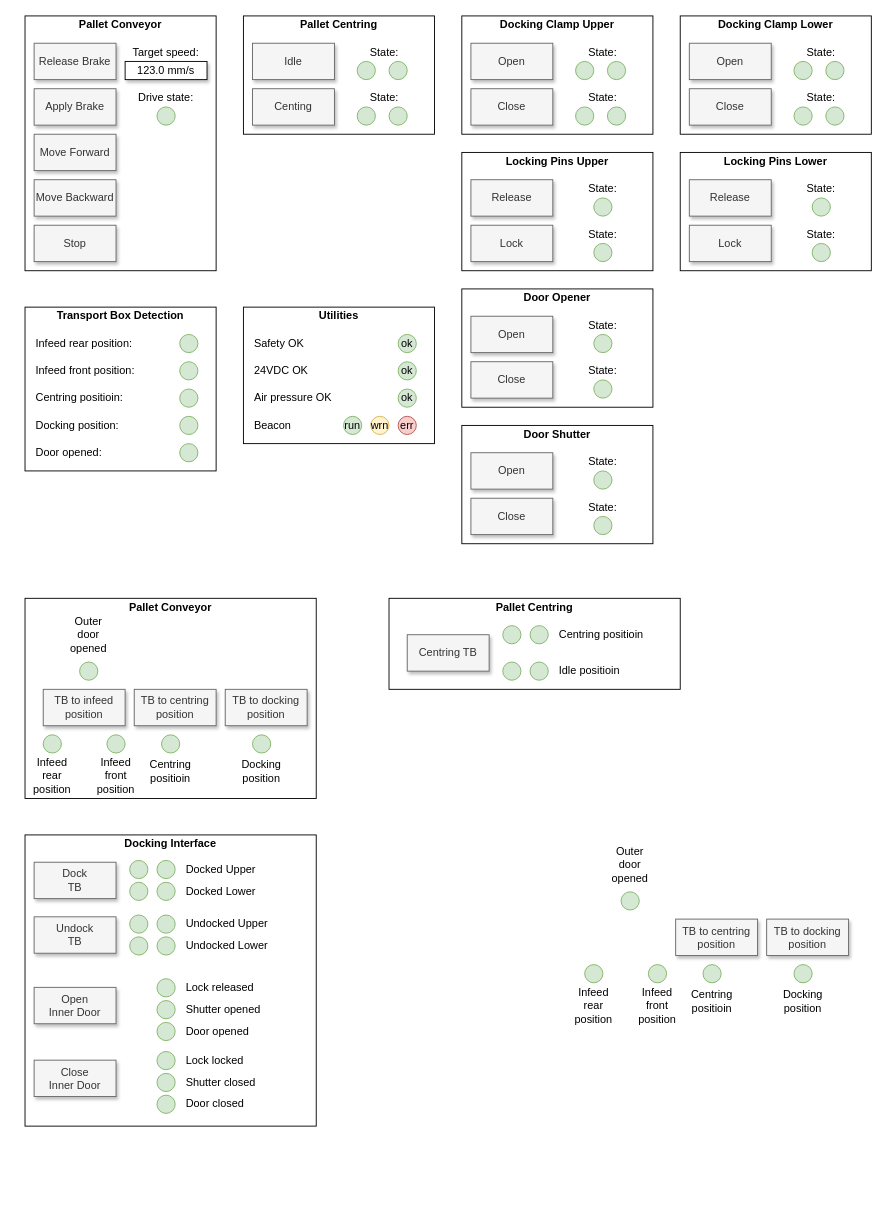
Before: page "HMI maual control" (1 of 2) of Documentation/DDR plaatjes HMI.drawio in KMWE/KMWE_CleanroomConnect, a draw.io diagram. Source tidied: cells renumbered, new cells numbered last; positions are measured from the earlier drawing's top-left corner, leaving out a move shared by most shapes. Both pictures are drawn from the tidied source at 91%, with x=0, y=0 at pixel (15, 15).
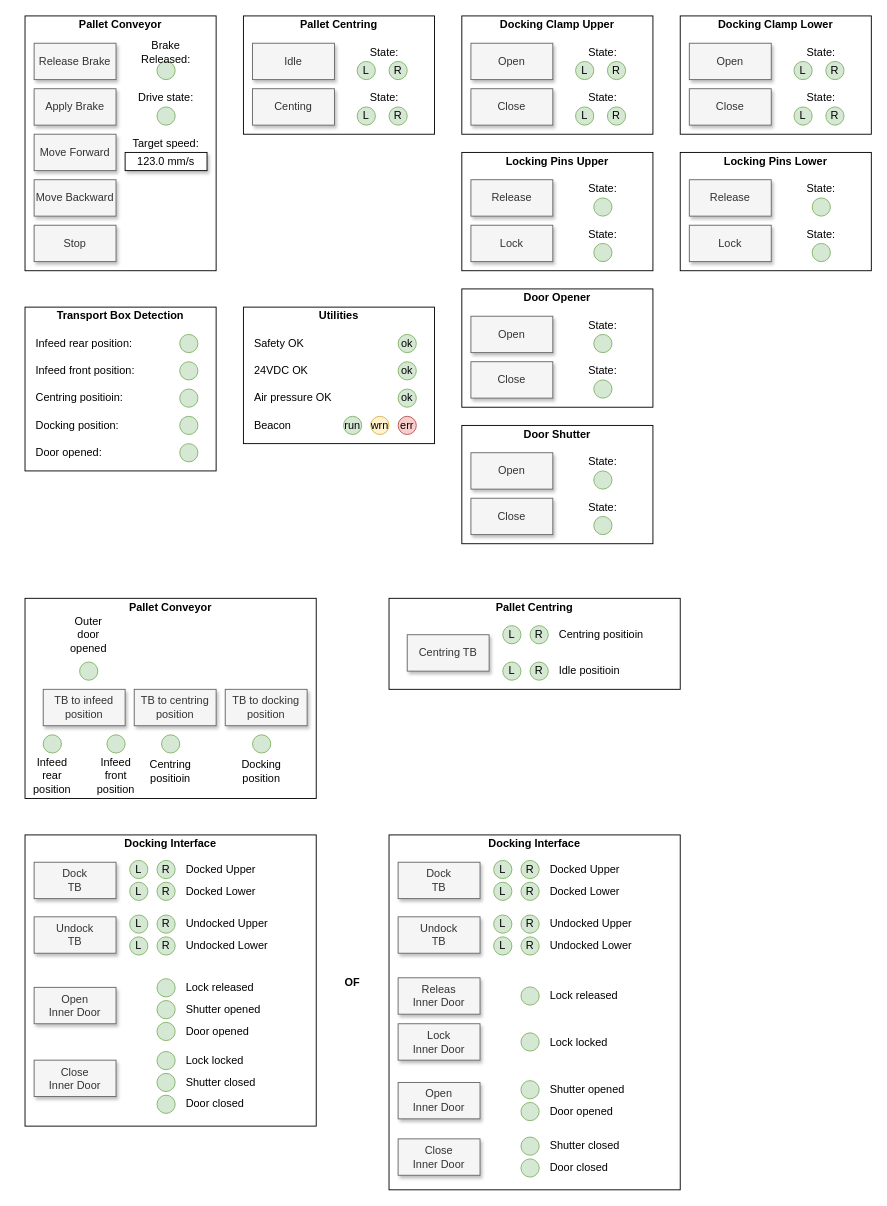
The same diagram, later.

What changed in the source:
```diff
@@
     <mxCell id="7" value="123.0 mm/s" style="rounded=0;whiteSpace=wrap;html=1;shadow=1;" parent="1" vertex="1">
-      <mxGeometry x="120" y="50" width="90" height="20" as="geometry" />
+      <mxGeometry x="120" y="150" width="90" height="20" as="geometry" />
     </mxCell>
@@
     <mxCell id="10" value="Target speed:" style="text;html=1;align=center;verticalAlign=middle;whiteSpace=wrap;rounded=0;fontStyle=0;" parent="1" vertex="1">
-      <mxGeometry x="120" y="30" width="90" height="20" as="geometry" />
+      <mxGeometry x="120" y="130" width="90" height="20" as="geometry" />
     </mxCell>
@@
-    <mxCell id="28" style="ellipse;whiteSpace=wrap;html=1;fillColor=#d5e8d4;strokeColor=#82b366;" parent="1" vertex="1">
+    <mxCell id="28" value="L" style="ellipse;whiteSpace=wrap;html=1;fillColor=#d5e8d4;strokeColor=#82b366;" parent="1" vertex="1">
       <mxGeometry x="375" y="50" width="20" height="20" as="geometry" />
     </mxCell>
@@
-    <mxCell id="30" style="ellipse;whiteSpace=wrap;html=1;fillColor=#d5e8d4;strokeColor=#82b366;" parent="1" vertex="1">
+    <mxCell id="30" value="R" style="ellipse;whiteSpace=wrap;html=1;fillColor=#d5e8d4;strokeColor=#82b366;" parent="1" vertex="1">
       <mxGeometry x="410" y="50" width="20" height="20" as="geometry" />
     </mxCell>
-    <mxCell id="31" style="ellipse;whiteSpace=wrap;html=1;fillColor=#d5e8d4;strokeColor=#82b366;" parent="1" vertex="1">
+    <mxCell id="31" value="L" style="ellipse;whiteSpace=wrap;html=1;fillColor=#d5e8d4;strokeColor=#82b366;" parent="1" vertex="1">
       <mxGeometry x="375" y="100" width="20" height="20" as="geometry" />
     </mxCell>
@@
-    <mxCell id="33" style="ellipse;whiteSpace=wrap;html=1;fillColor=#d5e8d4;strokeColor=#82b366;" parent="1" vertex="1">
+    <mxCell id="33" value="R" style="ellipse;whiteSpace=wrap;html=1;fillColor=#d5e8d4;strokeColor=#82b366;" parent="1" vertex="1">
       <mxGeometry x="410" y="100" width="20" height="20" as="geometry" />
     </mxCell>
@@
-    <mxCell id="38" style="ellipse;whiteSpace=wrap;html=1;fillColor=#d5e8d4;strokeColor=#82b366;" parent="1" vertex="1">
+    <mxCell id="38" value="L" style="ellipse;whiteSpace=wrap;html=1;fillColor=#d5e8d4;strokeColor=#82b366;" parent="1" vertex="1">
       <mxGeometry x="615" y="50" width="20" height="20" as="geometry" />
     </mxCell>
@@
-    <mxCell id="40" style="ellipse;whiteSpace=wrap;html=1;fillColor=#d5e8d4;strokeColor=#82b366;" parent="1" vertex="1">
+    <mxCell id="40" value="R" style="ellipse;whiteSpace=wrap;html=1;fillColor=#d5e8d4;strokeColor=#82b366;" parent="1" vertex="1">
       <mxGeometry x="650" y="50" width="20" height="20" as="geometry" />
     </mxCell>
-    <mxCell id="41" style="ellipse;whiteSpace=wrap;html=1;fillColor=#d5e8d4;strokeColor=#82b366;" parent="1" vertex="1">
+    <mxCell id="41" value="L" style="ellipse;whiteSpace=wrap;html=1;fillColor=#d5e8d4;strokeColor=#82b366;" parent="1" vertex="1">
       <mxGeometry x="615" y="100" width="20" height="20" as="geometry" />
     </mxCell>
@@
-    <mxCell id="43" style="ellipse;whiteSpace=wrap;html=1;fillColor=#d5e8d4;strokeColor=#82b366;" parent="1" vertex="1">
+    <mxCell id="43" value="R" style="ellipse;whiteSpace=wrap;html=1;fillColor=#d5e8d4;strokeColor=#82b366;" parent="1" vertex="1">
       <mxGeometry x="650" y="100" width="20" height="20" as="geometry" />
     </mxCell>
@@
-    <mxCell id="72" style="ellipse;whiteSpace=wrap;html=1;fillColor=#d5e8d4;strokeColor=#82b366;" parent="1" vertex="1">
+    <mxCell id="72" value="L" style="ellipse;whiteSpace=wrap;html=1;fillColor=#d5e8d4;strokeColor=#82b366;" parent="1" vertex="1">
       <mxGeometry x="855" y="50" width="20" height="20" as="geometry" />
     </mxCell>
@@
-    <mxCell id="74" style="ellipse;whiteSpace=wrap;html=1;fillColor=#d5e8d4;strokeColor=#82b366;" parent="1" vertex="1">
+    <mxCell id="74" value="R" style="ellipse;whiteSpace=wrap;html=1;fillColor=#d5e8d4;strokeColor=#82b366;" parent="1" vertex="1">
       <mxGeometry x="890" y="50" width="20" height="20" as="geometry" />
     </mxCell>
-    <mxCell id="75" style="ellipse;whiteSpace=wrap;html=1;fillColor=#d5e8d4;strokeColor=#82b366;" parent="1" vertex="1">
+    <mxCell id="75" value="L" style="ellipse;whiteSpace=wrap;html=1;fillColor=#d5e8d4;strokeColor=#82b366;" parent="1" vertex="1">
       <mxGeometry x="855" y="100" width="20" height="20" as="geometry" />
     </mxCell>
@@
-    <mxCell id="77" style="ellipse;whiteSpace=wrap;html=1;fillColor=#d5e8d4;strokeColor=#82b366;" parent="1" vertex="1">
+    <mxCell id="77" value="R" style="ellipse;whiteSpace=wrap;html=1;fillColor=#d5e8d4;strokeColor=#82b366;" parent="1" vertex="1">
       <mxGeometry x="890" y="100" width="20" height="20" as="geometry" />
     </mxCell>
@@
-    <mxCell id="104" style="ellipse;whiteSpace=wrap;html=1;fillColor=#d5e8d4;strokeColor=#82b366;" parent="1" vertex="1">
+    <mxCell id="104" value="R" style="ellipse;whiteSpace=wrap;html=1;fillColor=#d5e8d4;strokeColor=#82b366;" parent="1" vertex="1">
       <mxGeometry x="565" y="670" width="20" height="20" as="geometry" />
     </mxCell>
-    <mxCell id="105" style="ellipse;whiteSpace=wrap;html=1;fillColor=#d5e8d4;strokeColor=#82b366;" parent="1" vertex="1">
+    <mxCell id="105" value="R" style="ellipse;whiteSpace=wrap;html=1;fillColor=#d5e8d4;strokeColor=#82b366;" parent="1" vertex="1">
       <mxGeometry x="565" y="710" width="20" height="20" as="geometry" />
     </mxCell>
@@
-    <mxCell id="108" style="ellipse;whiteSpace=wrap;html=1;fillColor=#d5e8d4;strokeColor=#82b366;" parent="1" vertex="1">
+    <mxCell id="108" value="L" style="ellipse;whiteSpace=wrap;html=1;fillColor=#d5e8d4;strokeColor=#82b366;" parent="1" vertex="1">
       <mxGeometry x="535" y="670" width="20" height="20" as="geometry" />
     </mxCell>
-    <mxCell id="109" style="ellipse;whiteSpace=wrap;html=1;fillColor=#d5e8d4;strokeColor=#82b366;" parent="1" vertex="1">
+    <mxCell id="109" value="L" style="ellipse;whiteSpace=wrap;html=1;fillColor=#d5e8d4;strokeColor=#82b366;" parent="1" vertex="1">
       <mxGeometry x="535" y="710" width="20" height="20" as="geometry" />
     </mxCell>
@@
-    <mxCell id="111" value="TB to centring position" style="rounded=0;whiteSpace=wrap;html=1;shadow=1;fillColor=#f5f5f5;fontColor=#333333;strokeColor=#666666;" parent="1" vertex="1">
-      <mxGeometry x="725" y="992.5" width="90" height="40" as="geometry" />
-    </mxCell>
-    <mxCell id="112" value="TB to docking position" style="rounded=0;whiteSpace=wrap;html=1;shadow=1;fillColor=#f5f5f5;fontColor=#333333;strokeColor=#666666;" parent="1" vertex="1">
-      <mxGeometry x="825" y="992.5" width="90" height="40" as="geometry" />
-    </mxCell>
@@
-    <mxCell id="115" style="ellipse;whiteSpace=wrap;html=1;fillColor=#d5e8d4;strokeColor=#82b366;" parent="1" vertex="1">
-      <mxGeometry x="625" y="1042.5" width="20" height="20" as="geometry" />
-    </mxCell>
-    <mxCell id="116" style="ellipse;whiteSpace=wrap;html=1;fillColor=#d5e8d4;strokeColor=#82b366;" parent="1" vertex="1">
-      <mxGeometry x="695" y="1042.5" width="20" height="20" as="geometry" />
-    </mxCell>
-    <mxCell id="117" style="ellipse;whiteSpace=wrap;html=1;fillColor=#d5e8d4;strokeColor=#82b366;" parent="1" vertex="1">
-      <mxGeometry x="755" y="1042.5" width="20" height="20" as="geometry" />
-    </mxCell>
-    <mxCell id="118" style="ellipse;whiteSpace=wrap;html=1;fillColor=#d5e8d4;strokeColor=#82b366;" parent="1" vertex="1">
-      <mxGeometry x="855" y="1042.5" width="20" height="20" as="geometry" />
-    </mxCell>
-    <mxCell id="119" style="ellipse;whiteSpace=wrap;html=1;fillColor=#d5e8d4;strokeColor=#82b366;" parent="1" vertex="1">
-      <mxGeometry x="665" y="962.5" width="20" height="20" as="geometry" />
-    </mxCell>
-    <mxCell id="120" value="Outer&lt;div&gt;door&lt;/div&gt;&lt;div&gt;opened&lt;/div&gt;" style="text;html=1;align=center;verticalAlign=middle;whiteSpace=wrap;rounded=0;fontStyle=0;" parent="1" vertex="1">
-      <mxGeometry x="635" y="912.5" width="80" height="40" as="geometry" />
-    </mxCell>
-    <mxCell id="121" value="Docking&lt;div&gt;position&lt;/div&gt;" style="text;html=1;align=center;verticalAlign=middle;whiteSpace=wrap;rounded=0;fontStyle=0;fillColor=none;" parent="1" vertex="1">
-      <mxGeometry x="820" y="1062.5" width="90" height="40" as="geometry" />
-    </mxCell>
-    <mxCell id="122" value="Centring&lt;div&gt;positioin&lt;/div&gt;" style="text;html=1;align=center;verticalAlign=middle;whiteSpace=wrap;rounded=0;fontStyle=0;fillColor=none;" parent="1" vertex="1">
-      <mxGeometry x="725" y="1062.5" width="80" height="40" as="geometry" />
-    </mxCell>
-    <mxCell id="123" value="Infeed&lt;div&gt;front&lt;div&gt;position&lt;/div&gt;&lt;/div&gt;" style="text;html=1;align=center;verticalAlign=middle;whiteSpace=wrap;rounded=0;fontStyle=0;fillColor=none;" parent="1" vertex="1">
-      <mxGeometry x="660" y="1067.5" width="90" height="40" as="geometry" />
-    </mxCell>
-    <mxCell id="124" value="Infeed&lt;div&gt;rear&lt;/div&gt;&lt;div&gt;position&lt;/div&gt;" style="text;html=1;align=center;verticalAlign=middle;whiteSpace=wrap;rounded=0;fontStyle=0;fillColor=none;" parent="1" vertex="1">
-      <mxGeometry x="595" y="1067.5" width="80" height="40" as="geometry" />
-    </mxCell>
@@
-    <mxCell id="127" style="ellipse;whiteSpace=wrap;html=1;fillColor=#d5e8d4;strokeColor=#82b366;" parent="1" vertex="1">
+    <mxCell id="127" value="R" style="ellipse;whiteSpace=wrap;html=1;fillColor=#d5e8d4;strokeColor=#82b366;" parent="1" vertex="1">
       <mxGeometry x="155" y="952" width="20" height="20" as="geometry" />
     </mxCell>
@@
-    <mxCell id="129" style="ellipse;whiteSpace=wrap;html=1;fillColor=#d5e8d4;strokeColor=#82b366;" parent="1" vertex="1">
+    <mxCell id="129" value="L" style="ellipse;whiteSpace=wrap;html=1;fillColor=#d5e8d4;strokeColor=#82b366;" parent="1" vertex="1">
       <mxGeometry x="125" y="928" width="20" height="20" as="geometry" />
     </mxCell>
-    <mxCell id="130" style="ellipse;whiteSpace=wrap;html=1;fillColor=#d5e8d4;strokeColor=#82b366;" parent="1" vertex="1">
+    <mxCell id="130" value="R" style="ellipse;whiteSpace=wrap;html=1;fillColor=#d5e8d4;strokeColor=#82b366;" parent="1" vertex="1">
       <mxGeometry x="155" y="928" width="20" height="20" as="geometry" />
     </mxCell>
-    <mxCell id="131" style="ellipse;whiteSpace=wrap;html=1;fillColor=#d5e8d4;strokeColor=#82b366;" parent="1" vertex="1">
+    <mxCell id="131" value="L" style="ellipse;whiteSpace=wrap;html=1;fillColor=#d5e8d4;strokeColor=#82b366;" parent="1" vertex="1">
       <mxGeometry x="125" y="952" width="20" height="20" as="geometry" />
     </mxCell>
@@
-    <mxCell id="133" style="ellipse;whiteSpace=wrap;html=1;fillColor=#d5e8d4;strokeColor=#82b366;" parent="1" vertex="1">
+    <mxCell id="133" value="R" style="ellipse;whiteSpace=wrap;html=1;fillColor=#d5e8d4;strokeColor=#82b366;" parent="1" vertex="1">
       <mxGeometry x="155" y="1012" width="20" height="20" as="geometry" />
     </mxCell>
@@
-    <mxCell id="135" style="ellipse;whiteSpace=wrap;html=1;fillColor=#d5e8d4;strokeColor=#82b366;" parent="1" vertex="1">
+    <mxCell id="135" value="L" style="ellipse;whiteSpace=wrap;html=1;fillColor=#d5e8d4;strokeColor=#82b366;" parent="1" vertex="1">
       <mxGeometry x="125" y="988" width="20" height="20" as="geometry" />
     </mxCell>
-    <mxCell id="136" style="ellipse;whiteSpace=wrap;html=1;fillColor=#d5e8d4;strokeColor=#82b366;" parent="1" vertex="1">
+    <mxCell id="136" value="R" style="ellipse;whiteSpace=wrap;html=1;fillColor=#d5e8d4;strokeColor=#82b366;" parent="1" vertex="1">
       <mxGeometry x="155" y="988" width="20" height="20" as="geometry" />
     </mxCell>
-    <mxCell id="137" style="ellipse;whiteSpace=wrap;html=1;fillColor=#d5e8d4;strokeColor=#82b366;" parent="1" vertex="1">
+    <mxCell id="137" value="L" style="ellipse;whiteSpace=wrap;html=1;fillColor=#d5e8d4;strokeColor=#82b366;" parent="1" vertex="1">
       <mxGeometry x="125" y="1012" width="20" height="20" as="geometry" />
     </mxCell>
@@
+    <mxCell id="165" style="rounded=0;whiteSpace=wrap;html=1;" parent="1" vertex="1">
+      <mxGeometry x="410" y="900" width="320" height="390" as="geometry" />
+    </mxCell>
+    <mxCell id="166" value="Docking Interface" style="text;html=1;align=center;verticalAlign=middle;whiteSpace=wrap;rounded=0;fontStyle=1;" parent="1" vertex="1">
+      <mxGeometry x="410" y="900" width="320" height="20" as="geometry" />
+    </mxCell>
+    <mxCell id="167" value="Dock&lt;div&gt;TB&lt;/div&gt;" style="rounded=0;whiteSpace=wrap;html=1;shadow=1;fillColor=#f5f5f5;fontColor=#333333;strokeColor=#666666;" parent="1" vertex="1">
+      <mxGeometry x="420" y="930" width="90" height="40" as="geometry" />
+    </mxCell>
+    <mxCell id="168" value="Undock&lt;div&gt;TB&lt;/div&gt;" style="rounded=0;whiteSpace=wrap;html=1;shadow=1;fillColor=#f5f5f5;fontColor=#333333;strokeColor=#666666;" parent="1" vertex="1">
+      <mxGeometry x="420" y="990" width="90" height="40" as="geometry" />
+    </mxCell>
+    <mxCell id="169" value="&lt;div&gt;Releas&lt;/div&gt;&lt;div&gt;Inner Door&lt;/div&gt;" style="rounded=0;whiteSpace=wrap;html=1;shadow=1;fillColor=#f5f5f5;fontColor=#333333;strokeColor=#666666;" parent="1" vertex="1">
+      <mxGeometry x="420" y="1057" width="90" height="40" as="geometry" />
+    </mxCell>
+    <mxCell id="170" value="R" style="ellipse;whiteSpace=wrap;html=1;fillColor=#d5e8d4;strokeColor=#82b366;" parent="1" vertex="1">
+      <mxGeometry x="555" y="952" width="20" height="20" as="geometry" />
+    </mxCell>
+    <mxCell id="171" value="Docked Upper" style="text;html=1;align=left;verticalAlign=middle;whiteSpace=wrap;rounded=0;fontStyle=0;fillColor=none;" parent="1" vertex="1">
+      <mxGeometry x="585" y="928" width="115" height="20" as="geometry" />
+    </mxCell>
+    <mxCell id="172" value="L" style="ellipse;whiteSpace=wrap;html=1;fillColor=#d5e8d4;strokeColor=#82b366;" parent="1" vertex="1">
+      <mxGeometry x="525" y="928" width="20" height="20" as="geometry" />
+    </mxCell>
+    <mxCell id="173" value="R" style="ellipse;whiteSpace=wrap;html=1;fillColor=#d5e8d4;strokeColor=#82b366;" parent="1" vertex="1">
+      <mxGeometry x="555" y="928" width="20" height="20" as="geometry" />
+    </mxCell>
+    <mxCell id="174" value="L" style="ellipse;whiteSpace=wrap;html=1;fillColor=#d5e8d4;strokeColor=#82b366;" parent="1" vertex="1">
+      <mxGeometry x="525" y="952" width="20" height="20" as="geometry" />
+    </mxCell>
+    <mxCell id="175" value="Docked Lower" style="text;html=1;align=left;verticalAlign=middle;whiteSpace=wrap;rounded=0;fontStyle=0;fillColor=none;" parent="1" vertex="1">
+      <mxGeometry x="585" y="952" width="115" height="20" as="geometry" />
+    </mxCell>
+    <mxCell id="176" value="R" style="ellipse;whiteSpace=wrap;html=1;fillColor=#d5e8d4;strokeColor=#82b366;" parent="1" vertex="1">
+      <mxGeometry x="555" y="1012" width="20" height="20" as="geometry" />
+    </mxCell>
+    <mxCell id="177" value="Undocked Upper" style="text;html=1;align=left;verticalAlign=middle;whiteSpace=wrap;rounded=0;fontStyle=0;fillColor=none;" parent="1" vertex="1">
+      <mxGeometry x="585" y="988" width="115" height="20" as="geometry" />
+    </mxCell>
+    <mxCell id="178" value="L" style="ellipse;whiteSpace=wrap;html=1;fillColor=#d5e8d4;strokeColor=#82b366;" parent="1" vertex="1">
+      <mxGeometry x="525" y="988" width="20" height="20" as="geometry" />
+    </mxCell>
+    <mxCell id="179" value="R" style="ellipse;whiteSpace=wrap;html=1;fillColor=#d5e8d4;strokeColor=#82b366;" parent="1" vertex="1">
+      <mxGeometry x="555" y="988" width="20" height="20" as="geometry" />
+    </mxCell>
+    <mxCell id="180" value="L" style="ellipse;whiteSpace=wrap;html=1;fillColor=#d5e8d4;strokeColor=#82b366;" parent="1" vertex="1">
+      <mxGeometry x="525" y="1012" width="20" height="20" as="geometry" />
+    </mxCell>
+    <mxCell id="181" value="Undocked Lower" style="text;html=1;align=left;verticalAlign=middle;whiteSpace=wrap;rounded=0;fontStyle=0;fillColor=none;" parent="1" vertex="1">
+      <mxGeometry x="585" y="1012" width="115" height="20" as="geometry" />
+    </mxCell>
+    <mxCell id="182" value="Lock released" style="text;html=1;align=left;verticalAlign=middle;whiteSpace=wrap;rounded=0;fontStyle=0;fillColor=none;" parent="1" vertex="1">
+      <mxGeometry x="585" y="1067" width="115" height="20" as="geometry" />
+    </mxCell>
+    <mxCell id="183" style="ellipse;whiteSpace=wrap;html=1;fillColor=#d5e8d4;strokeColor=#82b366;" parent="1" vertex="1">
+      <mxGeometry x="555" y="1067" width="20" height="20" as="geometry" />
+    </mxCell>
+    <mxCell id="184" value="Lock&lt;div&gt;Inner Door&lt;/div&gt;" style="rounded=0;whiteSpace=wrap;html=1;shadow=1;fillColor=#f5f5f5;fontColor=#333333;strokeColor=#666666;" parent="1" vertex="1">
+      <mxGeometry x="420" y="1107.5" width="90" height="40" as="geometry" />
+    </mxCell>
+    <mxCell id="185" value="Lock locked" style="text;html=1;align=left;verticalAlign=middle;whiteSpace=wrap;rounded=0;fontStyle=0;fillColor=none;" parent="1" vertex="1">
+      <mxGeometry x="585" y="1117.5" width="115" height="20" as="geometry" />
+    </mxCell>
+    <mxCell id="186" style="ellipse;whiteSpace=wrap;html=1;fillColor=#d5e8d4;strokeColor=#82b366;" parent="1" vertex="1">
+      <mxGeometry x="555" y="1117.5" width="20" height="20" as="geometry" />
+    </mxCell>
+    <mxCell id="187" value="Open&lt;div&gt;Inner Door&lt;/div&gt;" style="rounded=0;whiteSpace=wrap;html=1;shadow=1;fillColor=#f5f5f5;fontColor=#333333;strokeColor=#666666;" parent="1" vertex="1">
+      <mxGeometry x="420" y="1172" width="90" height="40" as="geometry" />
+    </mxCell>
+    <mxCell id="188" style="ellipse;whiteSpace=wrap;html=1;fillColor=#d5e8d4;strokeColor=#82b366;" parent="1" vertex="1">
+      <mxGeometry x="555" y="1170" width="20" height="20" as="geometry" />
+    </mxCell>
+    <mxCell id="189" value="Shutter opened" style="text;html=1;align=left;verticalAlign=middle;whiteSpace=wrap;rounded=0;fontStyle=0;fillColor=none;" parent="1" vertex="1">
+      <mxGeometry x="585" y="1170" width="115" height="20" as="geometry" />
+    </mxCell>
+    <mxCell id="190" style="ellipse;whiteSpace=wrap;html=1;fillColor=#d5e8d4;strokeColor=#82b366;" parent="1" vertex="1">
+      <mxGeometry x="555" y="1194" width="20" height="20" as="geometry" />
+    </mxCell>
+    <mxCell id="191" value="Door opened" style="text;html=1;align=left;verticalAlign=middle;whiteSpace=wrap;rounded=0;fontStyle=0;fillColor=none;" parent="1" vertex="1">
+      <mxGeometry x="585" y="1194" width="115" height="20" as="geometry" />
+    </mxCell>
+    <mxCell id="192" value="Close&lt;div&gt;Inner Door&lt;/div&gt;" style="rounded=0;whiteSpace=wrap;html=1;shadow=1;fillColor=#f5f5f5;fontColor=#333333;strokeColor=#666666;" parent="1" vertex="1">
+      <mxGeometry x="420" y="1234" width="90" height="40" as="geometry" />
+    </mxCell>
+    <mxCell id="193" style="ellipse;whiteSpace=wrap;html=1;fillColor=#d5e8d4;strokeColor=#82b366;" parent="1" vertex="1">
+      <mxGeometry x="555" y="1232" width="20" height="20" as="geometry" />
+    </mxCell>
+    <mxCell id="194" value="Shutter closed" style="text;html=1;align=left;verticalAlign=middle;whiteSpace=wrap;rounded=0;fontStyle=0;fillColor=none;" parent="1" vertex="1">
+      <mxGeometry x="585" y="1232" width="115" height="20" as="geometry" />
+    </mxCell>
+    <mxCell id="195" style="ellipse;whiteSpace=wrap;html=1;fillColor=#d5e8d4;strokeColor=#82b366;" parent="1" vertex="1">
+      <mxGeometry x="555" y="1256" width="20" height="20" as="geometry" />
+    </mxCell>
+    <mxCell id="196" value="Door closed" style="text;html=1;align=left;verticalAlign=middle;whiteSpace=wrap;rounded=0;fontStyle=0;fillColor=none;" parent="1" vertex="1">
+      <mxGeometry x="585" y="1256" width="115" height="20" as="geometry" />
+    </mxCell>
+    <mxCell id="197" value="OF" style="text;html=1;align=center;verticalAlign=middle;whiteSpace=wrap;rounded=0;fontStyle=1;" parent="1" vertex="1">
+      <mxGeometry x="350" y="1042" width="40" height="40" as="geometry" />
+    </mxCell>
+    <mxCell id="198" style="ellipse;whiteSpace=wrap;html=1;fillColor=#d5e8d4;strokeColor=#82b366;" parent="1" vertex="1">
+      <mxGeometry x="155" y="50" width="20" height="20" as="geometry" />
+    </mxCell>
+    <mxCell id="199" value="Brake Released:" style="text;html=1;align=center;verticalAlign=middle;whiteSpace=wrap;rounded=0;fontStyle=0;" parent="1" vertex="1">
+      <mxGeometry x="120" y="30" width="90" height="20" as="geometry" />
+    </mxCell>
```
